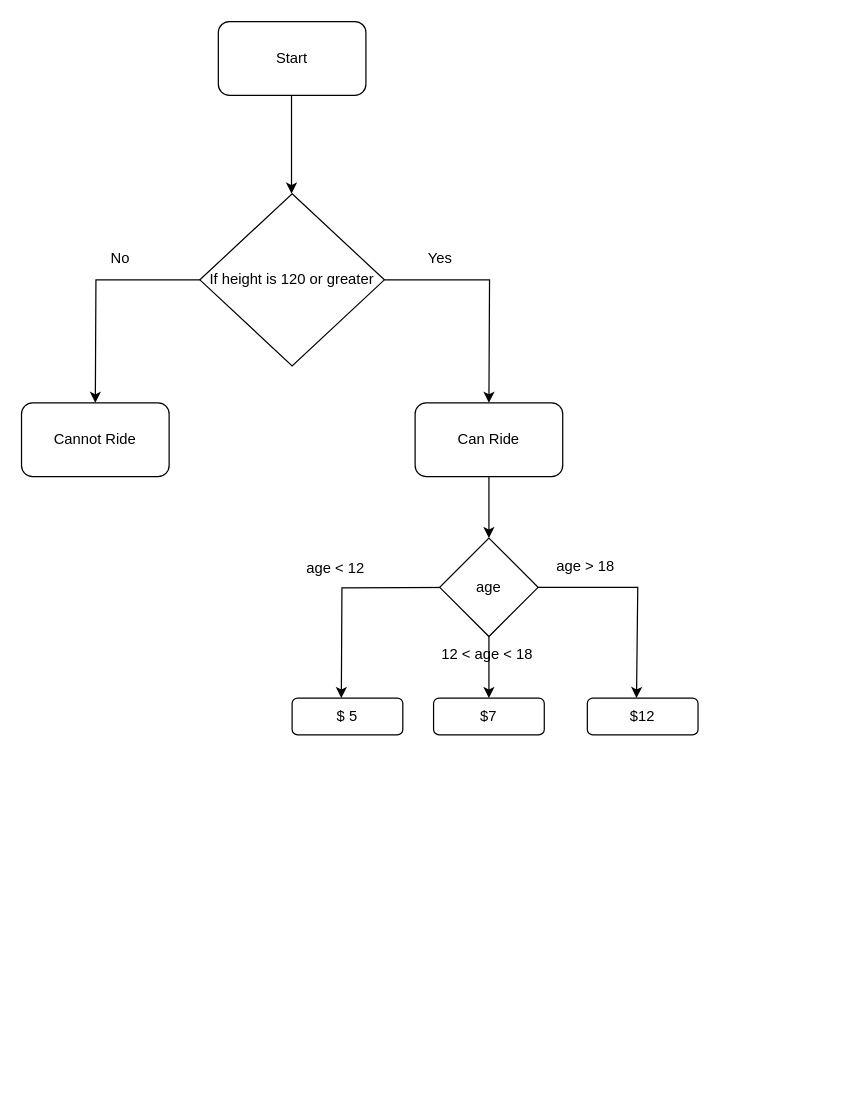
The draw.io diagram Untitled Diagram.drawio in vnath3/pyfirst, before the edit. Source tidied: cells renumbered, new cells numbered last; positions are measured from the earlier drawing's top-left corner, leaving out a move shared by most shapes. Both pictures are drawn from the tidied source at 123%, with x=0, y=0 at pixel (21, 21).
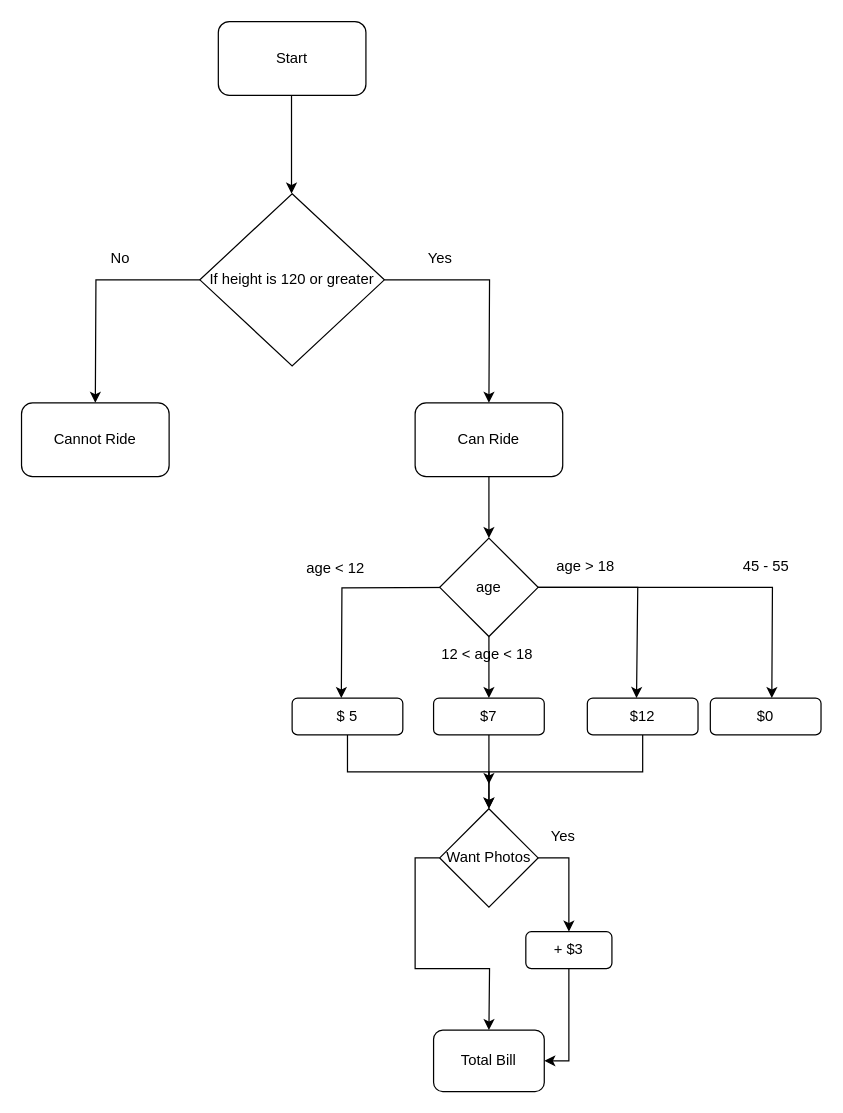
Above is the later version.

The change refers to these unchanged cells:
```xml
<mxCell id="15" value="age" style="rhombus;whiteSpace=wrap;html=1;" parent="1" vertex="1">
  <mxGeometry x="340" y="420" width="80" height="80" as="geometry" />
</mxCell>
<mxCell id="19" value="$7" style="rounded=1;whiteSpace=wrap;html=1;" parent="1" vertex="1">
  <mxGeometry x="335" y="550" width="90" height="30" as="geometry" />
</mxCell>
<mxCell id="20" value="$ 5" style="rounded=1;whiteSpace=wrap;html=1;" parent="1" vertex="1">
  <mxGeometry x="220" y="550" width="90" height="30" as="geometry" />
</mxCell>
<mxCell id="21" value="$12" style="rounded=1;whiteSpace=wrap;html=1;" parent="1" vertex="1">
  <mxGeometry x="460" y="550" width="90" height="30" as="geometry" />
</mxCell>
```

Change to the diagram source:
```diff
@@
+    <mxCell id="22" style="edgeStyle=orthogonalEdgeStyle;rounded=0;jettySize=auto;html=1;exitX=1;exitY=0.5;exitDx=0;exitDy=0;" parent="1" edge="1" source="15">
+      <mxGeometry relative="1" as="geometry">
+        <mxPoint x="610" y="550" as="targetPoint" />
+      </mxGeometry>
+    </mxCell>
@@
+    <mxCell id="23" style="edgeStyle=orthogonalEdgeStyle;rounded=0;jettySize=auto;html=1;exitX=0.5;exitY=1;exitDx=0;exitDy=0;" parent="1" edge="1" source="19">
+      <mxGeometry relative="1" as="geometry">
+        <mxPoint x="380" y="620" as="targetPoint" />
+      </mxGeometry>
+    </mxCell>
@@
+    <mxCell id="24" style="edgeStyle=orthogonalEdgeStyle;rounded=0;jettySize=auto;html=1;exitX=0.5;exitY=1;exitDx=0;exitDy=0;entryX=0.5;entryY=0;entryDx=0;entryDy=0;" parent="1" edge="1" source="20" target="28">
+      <mxGeometry relative="1" as="geometry" />
+    </mxCell>
@@
+    <mxCell id="25" style="edgeStyle=orthogonalEdgeStyle;rounded=0;jettySize=auto;html=1;exitX=0.5;exitY=1;exitDx=0;exitDy=0;entryX=0.5;entryY=0;entryDx=0;entryDy=0;" parent="1" edge="1" source="21" target="28">
+      <mxGeometry relative="1" as="geometry" />
+    </mxCell>
@@
+    <mxCell id="26" style="edgeStyle=orthogonalEdgeStyle;rounded=0;jettySize=auto;html=1;exitX=1;exitY=0.5;exitDx=0;exitDy=0;" parent="1" edge="1" source="28" target="30">
+      <mxGeometry relative="1" as="geometry" />
+    </mxCell>
+    <mxCell id="27" style="edgeStyle=orthogonalEdgeStyle;rounded=0;jettySize=auto;html=1;exitX=0;exitY=0.5;exitDx=0;exitDy=0;" parent="1" edge="1" source="28">
+      <mxGeometry relative="1" as="geometry">
+        <mxPoint x="380" y="820" as="targetPoint" />
+      </mxGeometry>
+    </mxCell>
+    <mxCell id="28" value="Want Photos" style="rhombus;whiteSpace=wrap;html=1;" parent="1" vertex="1">
+      <mxGeometry x="340" y="640" width="80" height="80" as="geometry" />
+    </mxCell>
+    <mxCell id="29" style="edgeStyle=orthogonalEdgeStyle;rounded=0;jettySize=auto;html=1;exitX=0.5;exitY=1;exitDx=0;exitDy=0;entryX=1;entryY=0.5;entryDx=0;entryDy=0;" parent="1" edge="1" source="30" target="32">
+      <mxGeometry relative="1" as="geometry" />
+    </mxCell>
+    <mxCell id="30" value="+ $3" style="rounded=1;whiteSpace=wrap;html=1;" parent="1" vertex="1">
+      <mxGeometry x="410" y="740" width="70" height="30" as="geometry" />
+    </mxCell>
+    <mxCell id="31" value="Yes" style="text;html=1;align=center;verticalAlign=middle;strokeColor=none;fillColor=none;" parent="1" vertex="1">
+      <mxGeometry x="420" y="648" width="40" height="30" as="geometry" />
+    </mxCell>
+    <mxCell id="32" value="Total Bill" style="rounded=1;whiteSpace=wrap;html=1;" parent="1" vertex="1">
+      <mxGeometry x="335" y="820" width="90" height="50" as="geometry" />
+    </mxCell>
+    <mxCell id="33" value="$0" style="rounded=1;whiteSpace=wrap;html=1;" parent="1" vertex="1">
+      <mxGeometry x="560" y="550" width="90" height="30" as="geometry" />
+    </mxCell>
+    <mxCell id="34" value="45 - 55" style="text;html=1;align=center;verticalAlign=middle;strokeColor=none;fillColor=none;" parent="1" vertex="1">
+      <mxGeometry x="575" y="428" width="60" height="30" as="geometry" />
+    </mxCell>
```
